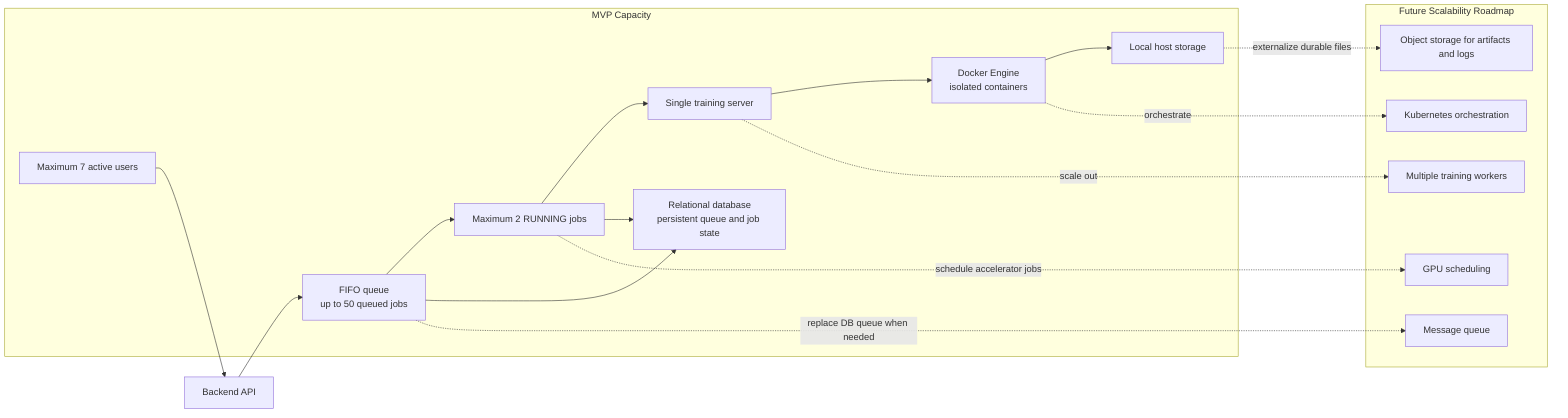
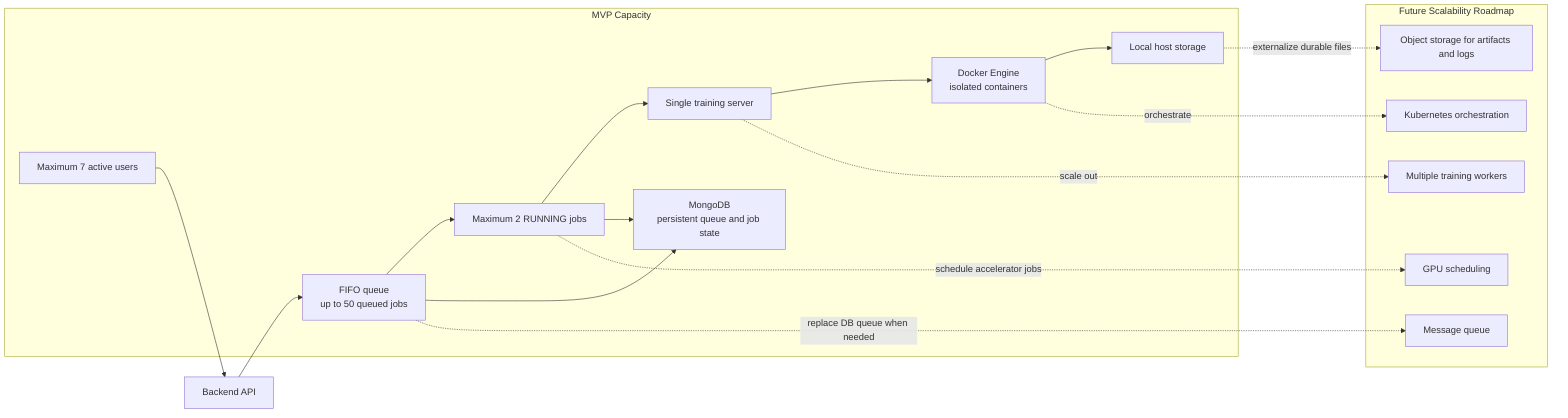
flowchart LR
    subgraph MVP["MVP Capacity"]
        Users["Maximum 7 active users"]
        Running["Maximum 2 RUNNING jobs"]
        Queue["FIFO queue<br/>up to 50 queued jobs"]
        Server["Single training server"]
        Docker["Docker Engine<br/>isolated containers"]
        Storage["Local host storage"]
-         DB["Relational database<br/>persistent queue and job state"]
+         DB["MongoDB<br/>persistent queue and job state"]
    end

    Users --> API["Backend API"]
    API --> Queue
    Queue --> Running
    Running --> Server
    Server --> Docker
    Docker --> Storage
    Queue --> DB
    Running --> DB

    subgraph Future["Future Scalability Roadmap"]
        Workers["Multiple training workers"]
        GPU["GPU scheduling"]
        K8S["Kubernetes orchestration"]
        ObjectStorage["Object storage for artifacts and logs"]
        MQ["Message queue"]
    end

    Queue -. replace DB queue when needed .-> MQ
    Server -. scale out .-> Workers
    Docker -. orchestrate .-> K8S
    Running -. schedule accelerator jobs .-> GPU
    Storage -. externalize durable files .-> ObjectStorage
